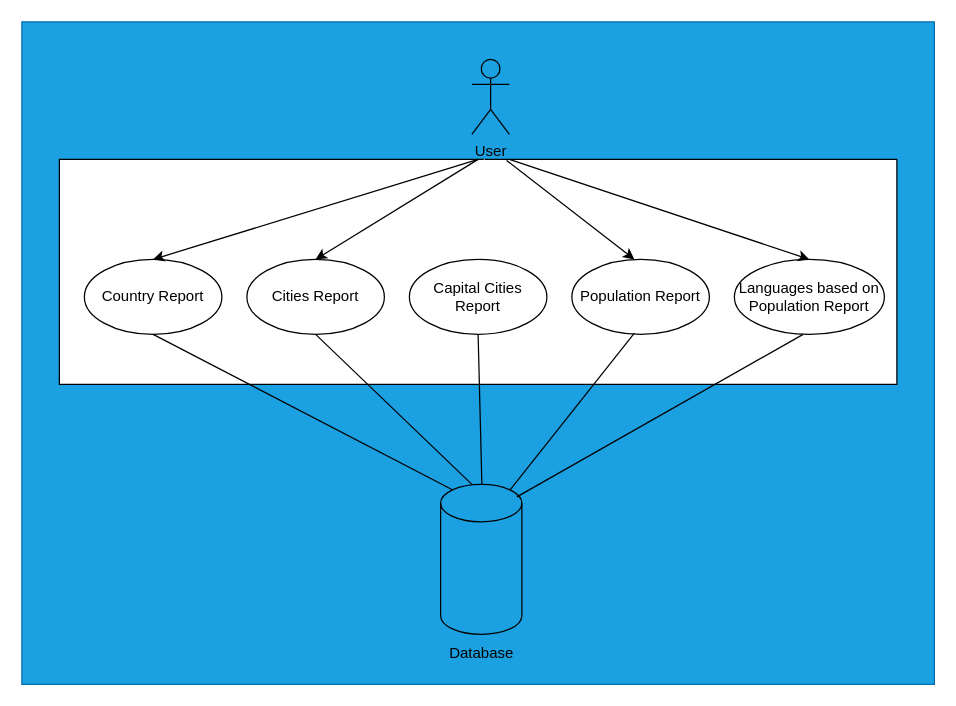
Before: use-cases/use-case-diagram.drawio in jamieyoung5/SWM-F, a draw.io diagram. Source tidied: cells renumbered, new cells numbered last; positions are measured from the earlier drawing's top-left corner, leaving out a move shared by most shapes. Both pictures are drawn from the tidied source at 125%, with x=0, y=0 at pixel (21, 21).
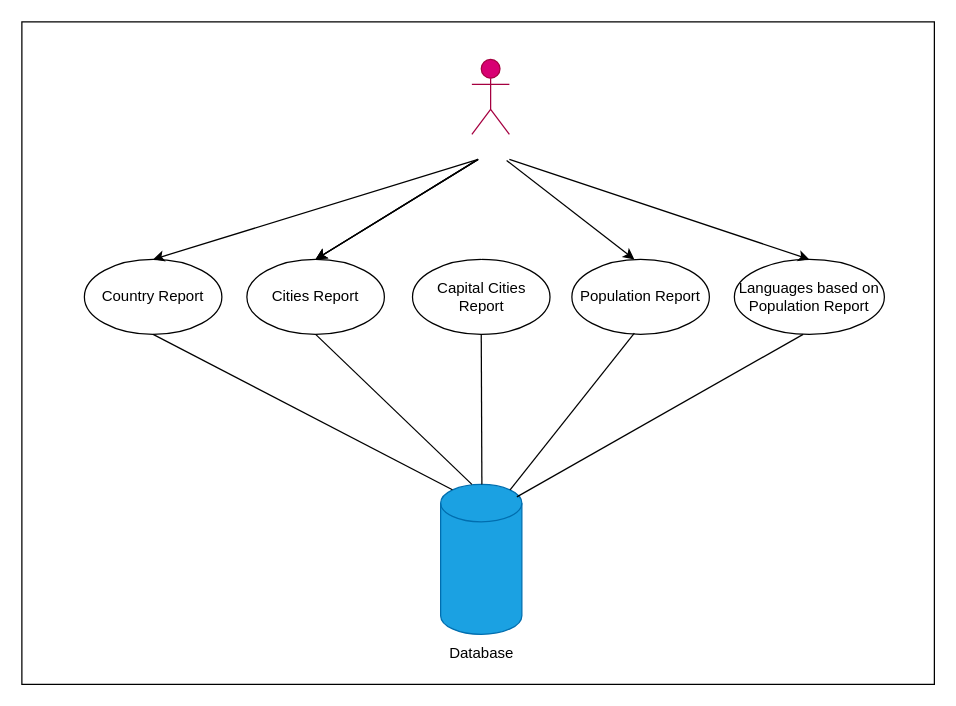
Above is the later version.

Commit message (it also covers changes not shown here):
remove background on diagram

Unchanged cells that the change refers to:
```xml
<mxCell id="8" style="ellipse;whiteSpace=wrap;html=1;fillColor=none;" parent="1" vertex="1">
  <mxGeometry x="50" y="190" width="110" height="60" as="geometry" />
</mxCell>
<mxCell id="19" value="Cities Report" style="ellipse;whiteSpace=wrap;html=1;fillColor=none;" parent="1" vertex="1">
  <mxGeometry x="180" y="190" width="110" height="60" as="geometry" />
</mxCell>
```

Change to the diagram source:
```diff
@@
-    <mxCell id="2" style="rounded=0;whiteSpace=wrap;html=1;fillColor=#1ba1e2;strokeColor=#006EAF;fontColor=#ffffff;" parent="1" vertex="1">
+    <mxCell id="2" style="rounded=0;whiteSpace=wrap;html=1;fillColor=none;" parent="1" vertex="1">
       <mxGeometry width="730" height="530" as="geometry" />
     </mxCell>
-    <mxCell id="3" value="User" style="shape=umlActor;verticalLabelPosition=bottom;verticalAlign=top;html=1;fillColor=none;strokeColor=#000000;" parent="1" vertex="1">
+    <mxCell id="3" value="User" style="shape=umlActor;verticalLabelPosition=bottom;verticalAlign=top;html=1;fillColor=#d80073;strokeColor=#A50040;fontColor=#ffffff;" parent="1" vertex="1">
       <mxGeometry x="360" y="30" width="30" height="60" as="geometry" />
     </mxCell>
-    <mxCell id="4" style="edgeStyle=none;html=1;exitX=0.5;exitY=0;exitDx=0;exitDy=0;entryX=0.5;entryY=0;entryDx=0;entryDy=0;" parent="1" edge="1" source="6">
+    <mxCell id="4" style="edgeStyle=none;html=1;exitX=0.5;exitY=0;exitDx=0;exitDy=0;entryX=0.5;entryY=0;entryDx=0;entryDy=0;" parent="1" edge="1">
       <mxGeometry relative="1" as="geometry">
+        <mxPoint x="365" y="110" as="sourcePoint" />
         <mxPoint x="235" y="190" as="targetPoint" />
       </mxGeometry>
     </mxCell>
-    <mxCell id="5" style="edgeStyle=none;html=1;exitX=0.5;exitY=0;exitDx=0;exitDy=0;entryX=0.5;entryY=0;entryDx=0;entryDy=0;" parent="1" edge="1" source="6" target="19">
-      <mxGeometry relative="1" as="geometry" />
+    <mxCell id="5" style="edgeStyle=none;html=1;exitX=0.5;exitY=0;exitDx=0;exitDy=0;entryX=0.5;entryY=0;entryDx=0;entryDy=0;" parent="1" edge="1" target="19">
+      <mxGeometry relative="1" as="geometry">
+        <mxPoint x="365" y="110" as="sourcePoint" />
+      </mxGeometry>
     </mxCell>
-    <mxCell id="6" style="rounded=0;whiteSpace=wrap;html=1;" parent="1" vertex="1">
-      <mxGeometry x="30" y="110" width="670" height="180" as="geometry" />
-    </mxCell>
-    <mxCell id="7" style="shape=cylinder3;whiteSpace=wrap;html=1;boundedLbl=1;backgroundOutline=1;size=15;fillColor=none;strokeColor=#000000;" parent="1" vertex="1">
+    <mxCell id="7" style="shape=cylinder3;whiteSpace=wrap;html=1;boundedLbl=1;backgroundOutline=1;size=15;fillColor=#1ba1e2;strokeColor=#006EAF;fontColor=#ffffff;" parent="1" vertex="1">
       <mxGeometry x="335" y="370" width="65" height="120" as="geometry" />
     </mxCell>
@@
-    <mxCell id="9" style="endArrow=classic;html=1;entryX=0.5;entryY=0;entryDx=0;entryDy=0;exitX=0.5;exitY=0;exitDx=0;exitDy=0;" parent="1" edge="1" source="6" target="8">
-      <mxGeometry relative="1" as="geometry" />
+    <mxCell id="9" style="endArrow=classic;html=1;entryX=0.5;entryY=0;entryDx=0;entryDy=0;exitX=0.5;exitY=0;exitDx=0;exitDy=0;" parent="1" edge="1" target="8">
+      <mxGeometry relative="1" as="geometry">
+        <mxPoint x="365" y="110" as="sourcePoint" />
+      </mxGeometry>
     </mxCell>
-    <mxCell id="10" style="endArrow=classic;html=1;entryX=0.5;entryY=0;entryDx=0;entryDy=0;exitX=0.534;exitY=0.005;exitDx=0;exitDy=0;exitPerimeter=0;" parent="1" edge="1" source="6">
+    <mxCell id="10" style="endArrow=classic;html=1;entryX=0.5;entryY=0;entryDx=0;entryDy=0;exitX=0.534;exitY=0.005;exitDx=0;exitDy=0;exitPerimeter=0;" parent="1" edge="1">
       <mxGeometry relative="1" as="geometry">
+        <mxPoint x="387.8" y="110.9" as="sourcePoint" />
         <mxPoint x="490" y="190" as="targetPoint" />
       </mxGeometry>
     </mxCell>
@@
-    <mxCell id="13" style="endArrow=none;html=1;entryX=0.5;entryY=1;entryDx=0;entryDy=0;" parent="1" edge="1">
+    <mxCell id="13" style="endArrow=none;html=1;entryX=0.5;entryY=1;entryDx=0;entryDy=0;" parent="1" edge="1" target="18">
       <mxGeometry relative="1" as="geometry">
         <mxPoint x="368" y="370" as="sourcePoint" />
-        <mxPoint x="365" y="250" as="targetPoint" />
       </mxGeometry>
     </mxCell>
@@
     <mxCell id="18" value="Capital Cities Report" style="ellipse;whiteSpace=wrap;html=1;fillColor=none;" parent="1" vertex="1">
-      <mxGeometry x="310" y="190" width="110" height="60" as="geometry" />
+      <mxGeometry x="312.5" y="190" width="110" height="60" as="geometry" />
     </mxCell>
@@
-    <mxCell id="21" style="edgeStyle=none;html=1;exitX=0.5;exitY=0;exitDx=0;exitDy=0;entryX=0.5;entryY=0;entryDx=0;entryDy=0;" parent="1" edge="1" source="6" target="19">
-      <mxGeometry relative="1" as="geometry" />
+    <mxCell id="21" style="edgeStyle=none;html=1;exitX=0.5;exitY=0;exitDx=0;exitDy=0;entryX=0.5;entryY=0;entryDx=0;entryDy=0;" parent="1" edge="1" target="19">
+      <mxGeometry relative="1" as="geometry">
+        <mxPoint x="365" y="110" as="sourcePoint" />
+      </mxGeometry>
     </mxCell>
```
